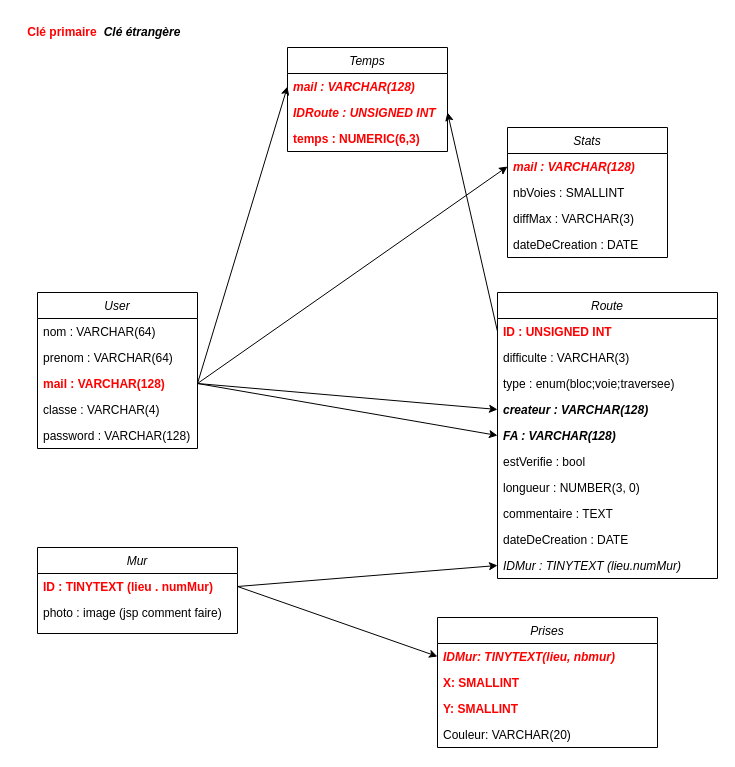
Earlier version of the draw.io diagram diagrammeDB.drawio (Greenmattt/SeekAClimb). Source tidied: cells renumbered, new cells numbered last; positions are measured from the earlier drawing's top-left corner, leaving out a move shared by most shapes. Both pictures are drawn from the tidied source at 100%, with x=0, y=0 at pixel (17, 17).
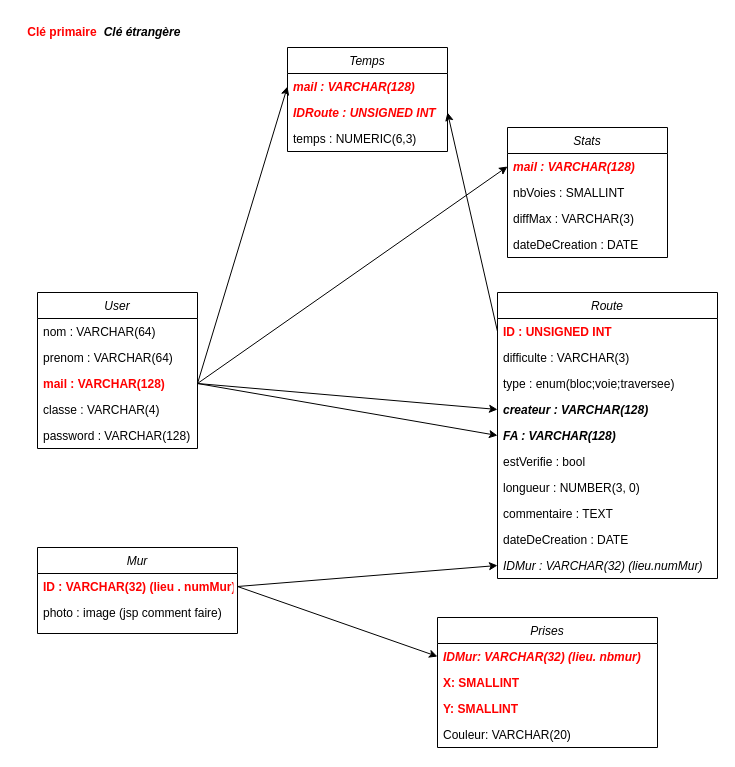
The same diagram, later.

Unchanged cells that the change refers to:
```xml
<mxCell id="10" value="Mur" style="swimlane;fontStyle=2;align=center;verticalAlign=top;horizontal=1;startSize=26;rounded=0;shadow=0;strokeWidth=1;" parent="1" vertex="1">
  <mxGeometry x="20" y="530" width="200" height="86" as="geometry" />
</mxCell>
<mxCell id="13" value="Prises" style="swimlane;fontStyle=2;align=center;verticalAlign=top;horizontal=1;startSize=26;rounded=0;shadow=0;strokeWidth=1;" parent="1" vertex="1">
  <mxGeometry x="420" y="600" width="220" height="130" as="geometry" />
</mxCell>
<mxCell id="18" value="Temps" style="swimlane;fontStyle=2;align=center;verticalAlign=top;horizontal=1;startSize=26;rounded=0;shadow=0;strokeWidth=1;" parent="1" vertex="1">
  <mxGeometry x="270" y="30" width="160" height="104" as="geometry" />
</mxCell>
<mxCell id="33" value="Route" style="swimlane;fontStyle=2;align=center;verticalAlign=top;horizontal=1;startSize=26;rounded=0;shadow=0;strokeWidth=1;" parent="1" vertex="1">
  <mxGeometry x="480" y="275" width="220" height="286" as="geometry" />
</mxCell>
```

What changed in the source:
```diff
@@
-    <mxCell id="11" value="ID : TINYTEXT (lieu . numMur)" style="text;align=left;verticalAlign=top;spacingLeft=4;spacingRight=4;overflow=hidden;points=[[0,0.5],[1,0.5]];portConstraint=eastwest;rounded=0;shadow=0;html=0;fontColor=#FF0000;fontStyle=1;" parent="10" vertex="1">
+    <mxCell id="11" value="ID : VARCHAR(32) (lieu . numMur)" style="text;align=left;verticalAlign=top;spacingLeft=4;spacingRight=4;overflow=hidden;points=[[0,0.5],[1,0.5]];portConstraint=eastwest;rounded=0;shadow=0;html=0;fontColor=#FF0000;fontStyle=1;" parent="10" vertex="1">
       <mxGeometry y="26" width="200" height="26" as="geometry" />
     </mxCell>
@@
-    <mxCell id="14" value="IDMur: TINYTEXT(lieu, nbmur)" style="text;align=left;verticalAlign=top;spacingLeft=4;spacingRight=4;overflow=hidden;points=[[0,0.5],[1,0.5]];portConstraint=eastwest;rounded=0;shadow=0;html=0;fontColor=#FF0000;fontStyle=3;" parent="13" vertex="1">
+    <mxCell id="14" value="IDMur: VARCHAR(32) (lieu. nbmur)" style="text;align=left;verticalAlign=top;spacingLeft=4;spacingRight=4;overflow=hidden;points=[[0,0.5],[1,0.5]];portConstraint=eastwest;rounded=0;shadow=0;html=0;fontColor=#FF0000;fontStyle=3;" parent="13" vertex="1">
       <mxGeometry y="26" width="220" height="26" as="geometry" />
     </mxCell>
@@
-    <mxCell id="21" value="temps : NUMERIC(6,3)" style="text;align=left;verticalAlign=top;spacingLeft=4;spacingRight=4;overflow=hidden;rounded=0;shadow=0;html=0;fontColor=#FF0000;fontStyle=1;" parent="18" vertex="1">
+    <mxCell id="21" value="temps : NUMERIC(6,3)" style="text;align=left;verticalAlign=top;spacingLeft=4;spacingRight=4;overflow=hidden;rounded=0;shadow=0;html=0;fontColor=#000000;fontStyle=0;" parent="18" vertex="1">
       <mxGeometry y="78" width="160" height="26" as="geometry" />
     </mxCell>
@@
-    <mxCell id="43" value="IDMur : TINYTEXT (lieu.numMur)" style="text;align=left;verticalAlign=top;spacingLeft=4;spacingRight=4;overflow=hidden;points=[[0,0.5],[1,0.5]];portConstraint=eastwest;fontStyle=2;" parent="33" vertex="1">
+    <mxCell id="43" value="IDMur : VARCHAR(32) (lieu.numMur)" style="text;align=left;verticalAlign=top;spacingLeft=4;spacingRight=4;overflow=hidden;points=[[0,0.5],[1,0.5]];portConstraint=eastwest;fontStyle=2;" parent="33" vertex="1">
       <mxGeometry y="260" width="220" height="26" as="geometry" />
     </mxCell>
```
